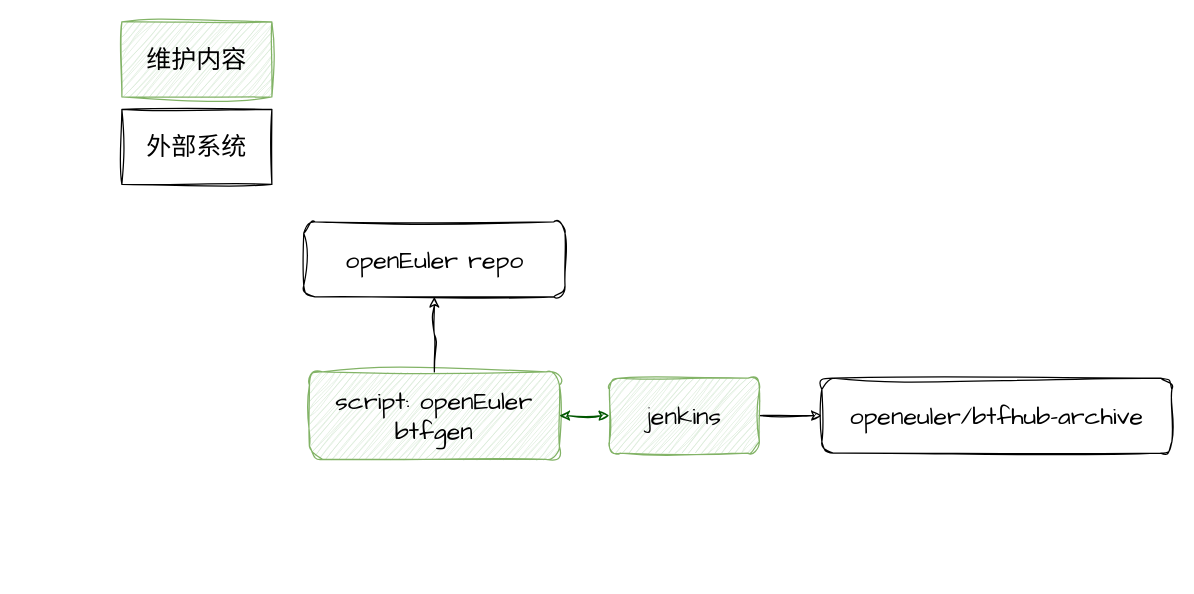
pkking/mydrawio keeps this draw.io diagram as BTFHUB.drawio. Above is the earlier version. Source tidied: cells renumbered, new cells numbered last; positions are measured from the earlier drawing's top-left corner, leaving out a move shared by most shapes. Both pictures are drawn from the tidied source at 125%, with x=0, y=0 at pixel (121, 21).
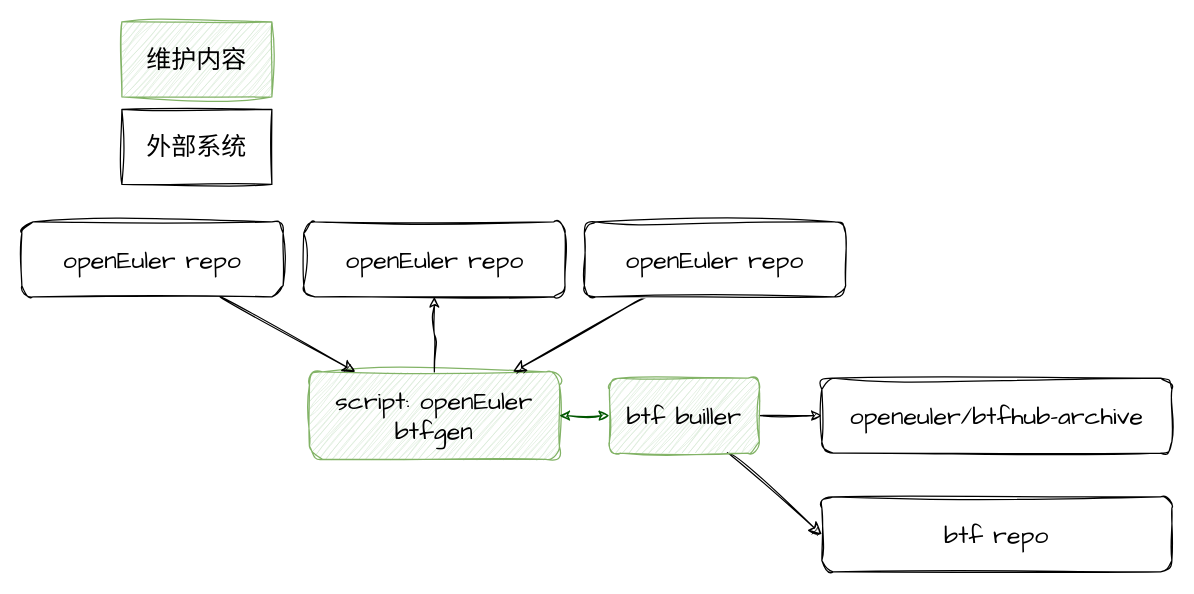
The same page after the edit.

Diff of the diagram source:
```diff
@@
 <mxGraphModel>
   <root>
     <mxCell id="0" />
     <mxCell id="1" parent="0" />
     <mxCell id="2" value="script: openEuler btfgen" style="rounded=1;whiteSpace=wrap;html=1;sketch=1;hachureGap=4;jiggle=2;curveFitting=1;fontFamily=Architects Daughter;fontSize=20;fillColor=#d5e8d4;strokeColor=#82b366;" parent="1" vertex="1">
       <mxGeometry x="150" y="280" width="200" height="70" as="geometry" />
     </mxCell>
     <mxCell id="3" style="edgeStyle=orthogonalEdgeStyle;rounded=0;sketch=1;hachureGap=4;jiggle=2;curveFitting=1;jettySize=auto;html=1;fontFamily=Architects Daughter;fontSize=16;startArrow=classic;startFill=1;fillColor=#008a00;strokeColor=#005700;" parent="1" edge="1" source="5" target="2">
       <mxGeometry relative="1" as="geometry" />
     </mxCell>
     <mxCell id="4" style="edgeStyle=orthogonalEdgeStyle;rounded=0;jettySize=auto;html=1;entryX=0;entryY=0.5;entryDx=0;entryDy=0;sketch=1;curveFitting=1;jiggle=2;" parent="1" edge="1" source="5" target="6">
       <mxGeometry relative="1" as="geometry" />
     </mxCell>
+    <mxCell id="11" style="edgeStyle=none;curved=1;rounded=0;sketch=1;hachureGap=4;jiggle=2;curveFitting=1;jettySize=auto;html=1;entryX=0;entryY=0.5;entryDx=0;entryDy=0;fontFamily=Architects Daughter;fontSize=16;startSize=8;endSize=8;" parent="1" edge="1" source="5" target="16">
+      <mxGeometry relative="1" as="geometry" />
+    </mxCell>
-    <mxCell id="5" value="jenkins" style="rounded=1;whiteSpace=wrap;html=1;sketch=1;hachureGap=4;jiggle=2;curveFitting=1;fontFamily=Architects Daughter;fontSize=20;fillColor=#d5e8d4;strokeColor=#82b366;labelBackgroundColor=none;" parent="1" vertex="1">
+    <mxCell id="5" value="btf builler" style="rounded=1;whiteSpace=wrap;html=1;sketch=1;hachureGap=4;jiggle=2;curveFitting=1;fontFamily=Architects Daughter;fontSize=20;fillColor=#d5e8d4;strokeColor=#82b366;labelBackgroundColor=none;" parent="1" vertex="1">
       <mxGeometry x="390" y="285" width="120" height="60" as="geometry" />
     </mxCell>
     <mxCell id="6" value="openeuler/btfhub-archive" style="rounded=1;whiteSpace=wrap;html=1;sketch=1;hachureGap=4;jiggle=2;curveFitting=1;fontFamily=Architects Daughter;fontSize=20;" parent="1" vertex="1">
       <mxGeometry x="560" y="285" width="280" height="60" as="geometry" />
     </mxCell>
     <mxCell id="7" style="edgeStyle=orthogonalEdgeStyle;rounded=0;sketch=1;hachureGap=4;jiggle=2;curveFitting=1;jettySize=auto;html=1;fontFamily=Architects Daughter;fontSize=16;startArrow=classic;startFill=1;endArrow=none;endFill=0;" parent="1" edge="1" source="8">
       <mxGeometry relative="1" as="geometry">
         <mxPoint x="250" y="280" as="targetPoint" />
       </mxGeometry>
     </mxCell>
     <mxCell id="8" value="openEuler repo" style="rounded=1;whiteSpace=wrap;html=1;sketch=1;hachureGap=4;jiggle=2;curveFitting=1;fontFamily=Architects Daughter;fontSize=20;" parent="1" vertex="1">
       <mxGeometry x="145.5" y="160" width="209" height="60" as="geometry" />
     </mxCell>
     <mxCell id="9" value="维护内容" style="rounded=0;whiteSpace=wrap;html=1;sketch=1;hachureGap=4;jiggle=2;curveFitting=1;fontFamily=Architects Daughter;fontSize=20;fillColor=#d5e8d4;strokeColor=#82b366;" parent="1" vertex="1">
       <mxGeometry width="120" height="60" as="geometry" />
     </mxCell>
     <mxCell id="10" value="外部系统" style="rounded=0;whiteSpace=wrap;html=1;sketch=1;hachureGap=4;jiggle=2;curveFitting=1;fontFamily=Architects Daughter;fontSize=20;fillColor=none;strokeColor=#000000;gradientColor=default;" parent="1" vertex="1">
       <mxGeometry y="70" width="120" height="60" as="geometry" />
     </mxCell>
+    <mxCell id="12" style="edgeStyle=none;curved=1;rounded=0;sketch=1;hachureGap=4;jiggle=2;curveFitting=1;jettySize=auto;html=1;fontFamily=Architects Daughter;fontSize=16;startSize=8;endSize=8;" parent="1" edge="1" source="13" target="2">
+      <mxGeometry relative="1" as="geometry" />
+    </mxCell>
+    <mxCell id="13" value="openEuler repo" style="rounded=1;whiteSpace=wrap;html=1;sketch=1;hachureGap=4;jiggle=2;curveFitting=1;fontFamily=Architects Daughter;fontSize=20;" parent="1" vertex="1">
+      <mxGeometry x="-80" y="160" width="209" height="60" as="geometry" />
+    </mxCell>
+    <mxCell id="14" style="edgeStyle=none;curved=1;rounded=0;sketch=1;hachureGap=4;jiggle=2;curveFitting=1;jettySize=auto;html=1;fontFamily=Architects Daughter;fontSize=16;startSize=8;endSize=8;" parent="1" edge="1" source="15" target="2">
+      <mxGeometry relative="1" as="geometry" />
+    </mxCell>
+    <mxCell id="15" value="openEuler repo" style="rounded=1;whiteSpace=wrap;html=1;sketch=1;hachureGap=4;jiggle=2;curveFitting=1;fontFamily=Architects Daughter;fontSize=20;" parent="1" vertex="1">
+      <mxGeometry x="370" y="160" width="209" height="60" as="geometry" />
+    </mxCell>
+    <mxCell id="16" value="btf repo" style="rounded=1;whiteSpace=wrap;html=1;sketch=1;hachureGap=4;jiggle=2;curveFitting=1;fontFamily=Architects Daughter;fontSize=20;" parent="1" vertex="1">
+      <mxGeometry x="560" y="380" width="280" height="60" as="geometry" />
+    </mxCell>
   </root>
 </mxGraphModel>
```
